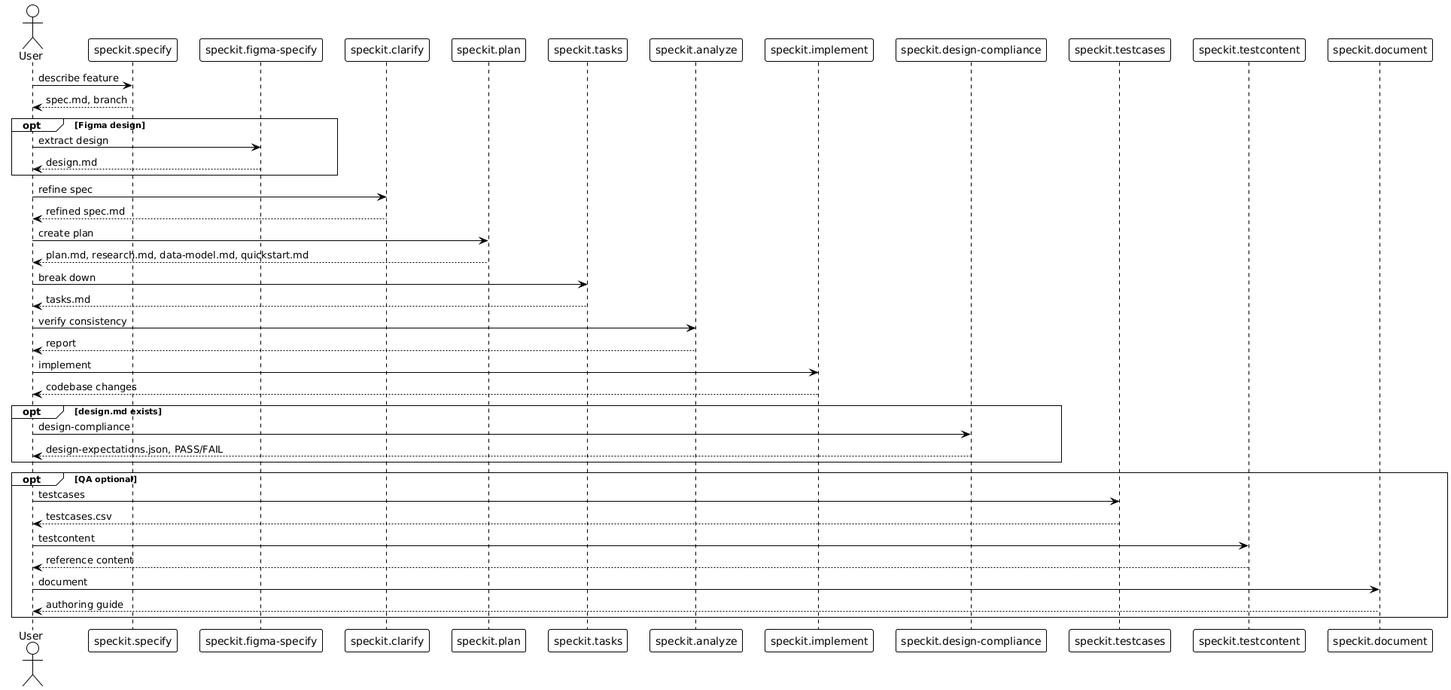
The PlantUML diagram .specify/docs/diagrams/speckit-sequence.png in mariorodriguez-creator/nitroblocks, before a commit.
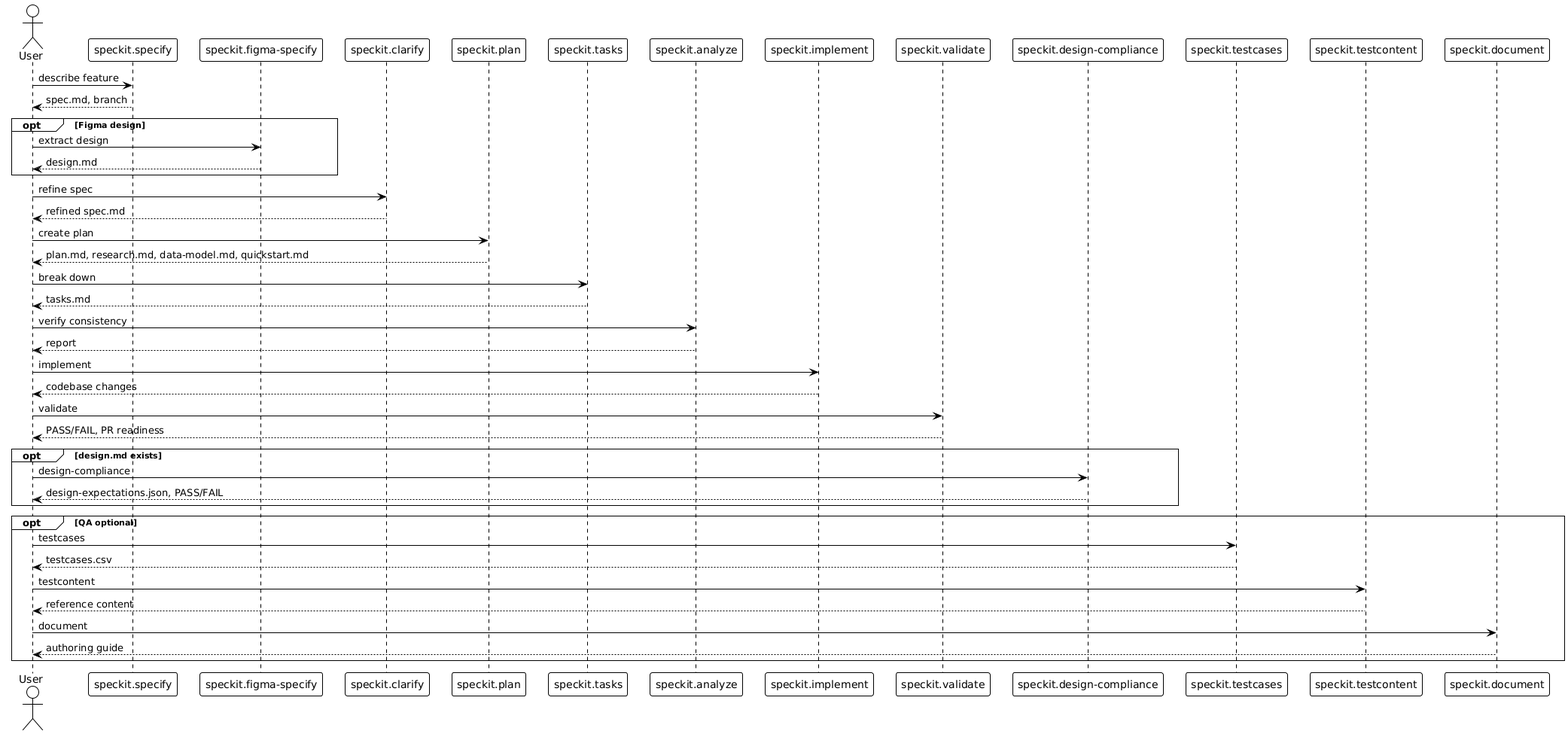
After the change.

Commit message:
Updates speckit workflow diagrams

Change to the diagram source:
```diff
@@ -8,6 +8,7 @@
 participant "speckit.tasks" as tasks
 participant "speckit.analyze" as analyze
 participant "speckit.implement" as implement
+participant "speckit.validate" as validate
 participant "speckit.design-compliance" as dc
 participant "speckit.testcases" as tc
 participant "speckit.testcontent" as tcontent
@@ -29,6 +30,8 @@
 analyze --> User : report
 User -> implement : implement
 implement --> User : codebase changes
+User -> validate : validate
+validate --> User : PASS/FAIL, PR readiness
 opt design.md exists
   User -> dc : design-compliance
   dc --> User : design-expectations.json, PASS/FAIL
```
